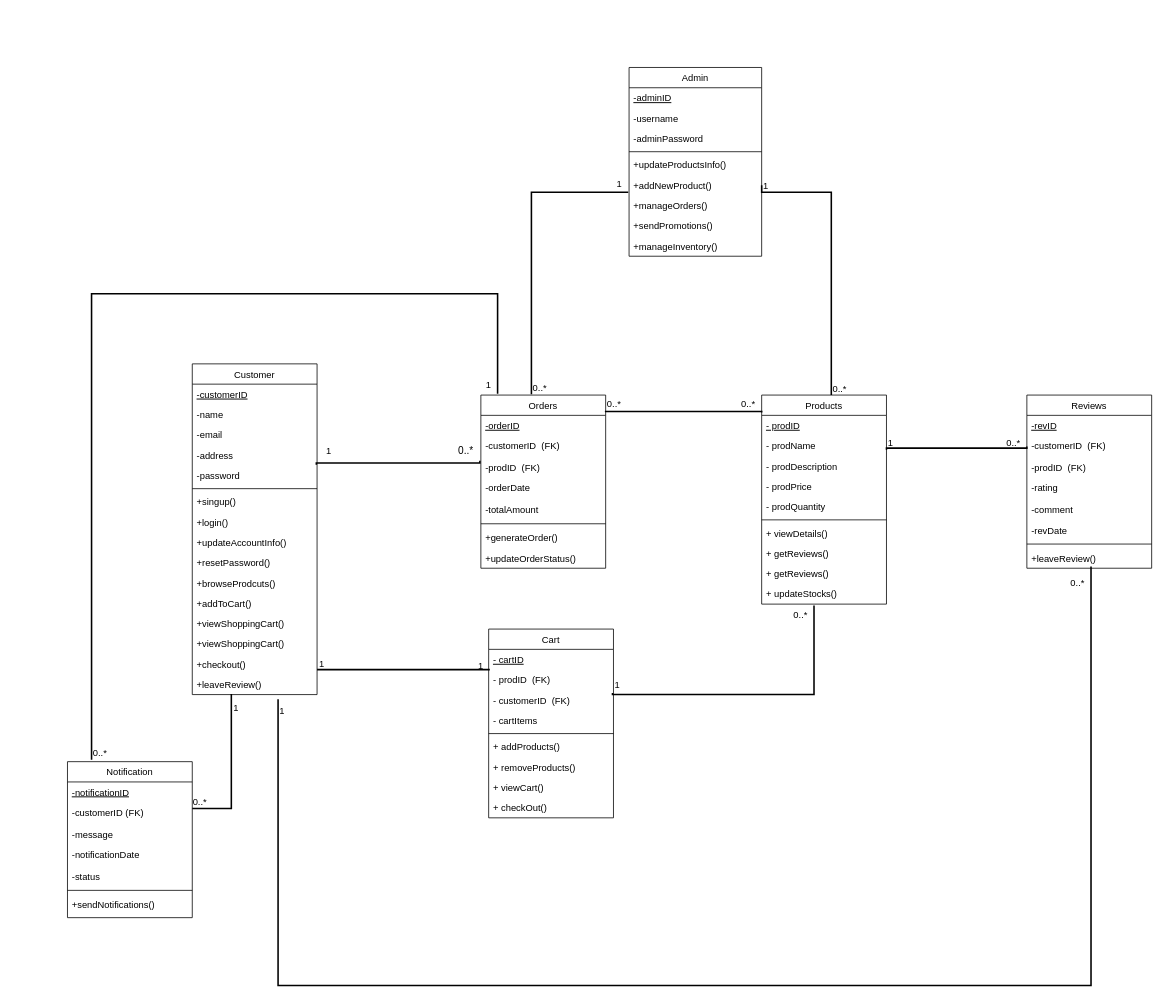
Before: assets/diagrams/Class Diagram.drawio in isira-adithya/PUSL2024, a draw.io diagram. Source tidied: cells renumbered, new cells numbered last; positions are measured from the earlier drawing's top-left corner, leaving out a move shared by most shapes. Both pictures are drawn from the tidied source at 78%, with x=0, y=0 at pixel (67, 67).
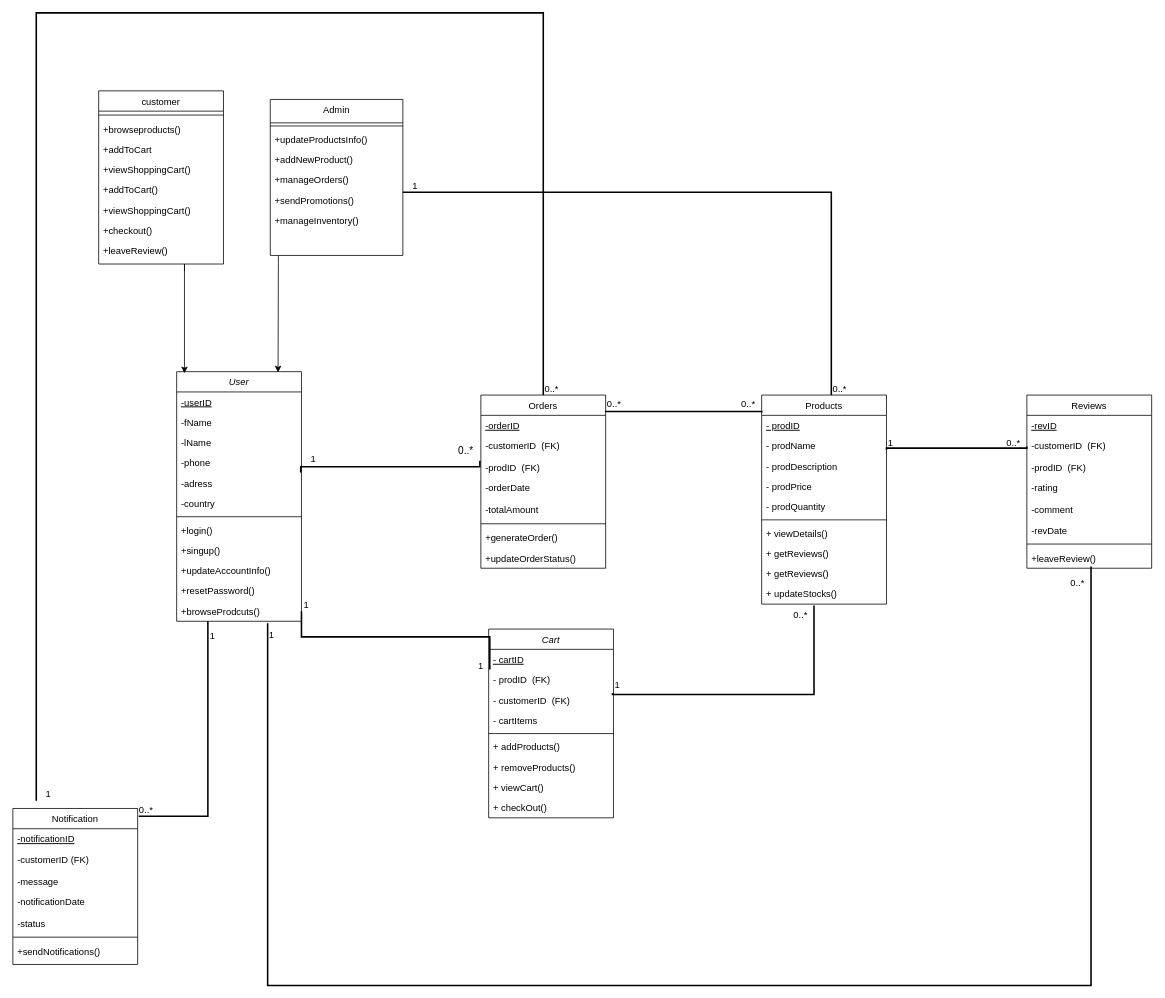
The same page after the edit.

Commit message (it also covers changes not shown here):
updated class diagram

The change refers to these unchanged cells:
```xml
<mxCell id="12" value="Products" style="swimlane;fontStyle=0;align=center;verticalAlign=top;horizontal=1;startSize=26;rounded=0;shadow=0;strokeWidth=1;" parent="1" vertex="1">
  <mxGeometry x="890" y="420" width="160" height="268" as="geometry" />
</mxCell>
<mxCell id="23" value="Orders" style="swimlane;fontStyle=0;align=center;verticalAlign=top;horizontal=1;startSize=26;rounded=0;shadow=0;strokeWidth=1;" parent="1" vertex="1">
  <mxGeometry x="530" y="420" width="160" height="222" as="geometry" />
</mxCell>
<mxCell id="51" value="- prodID  (FK)" style="text;align=left;verticalAlign=top;spacingLeft=4;spacingRight=4;overflow=hidden;points=[[0,0.5],[1,0.5]];portConstraint=eastwest;rounded=0;shadow=0;html=0;" parent="49" vertex="1">
  <mxGeometry y="52" width="160" height="26" as="geometry" />
</mxCell>
<mxCell id="67" value="+leaveReview()" style="text;align=left;verticalAlign=top;spacingLeft=4;spacingRight=4;overflow=hidden;points=[[0,0.5],[1,0.5]];portConstraint=eastwest;" parent="59" vertex="1">
  <mxGeometry y="196" width="160" height="26" as="geometry" />
</mxCell>
```

What changed in the source:
```diff
@@
-    <mxCell id="2" value="Admin" style="swimlane;fontStyle=0;align=center;verticalAlign=top;horizontal=1;startSize=26;rounded=0;shadow=0;strokeWidth=1;" parent="1" vertex="1">
-      <mxGeometry x="720" width="170" height="242" as="geometry" />
+    <mxCell id="2" value="Admin" style="swimlane;fontStyle=0;align=center;verticalAlign=top;horizontal=1;startSize=30;rounded=0;shadow=0;strokeWidth=1;" parent="1" vertex="1">
+      <mxGeometry x="260" y="41" width="170" height="200" as="geometry" />
     </mxCell>
-    <mxCell id="3" value="-adminID" style="text;align=left;verticalAlign=top;spacingLeft=4;spacingRight=4;overflow=hidden;fontStyle=4;" parent="2" vertex="1">
-      <mxGeometry y="26" width="170" height="26" as="geometry" />
-    </mxCell>
-    <mxCell id="4" value="-username" style="text;align=left;verticalAlign=top;spacingLeft=4;spacingRight=4;overflow=hidden;" parent="2" vertex="1">
-      <mxGeometry y="52" width="170" height="26" as="geometry" />
-    </mxCell>
-    <mxCell id="5" value="-adminPassword" style="text;align=left;verticalAlign=top;spacingLeft=4;spacingRight=4;overflow=hidden;" parent="2" vertex="1">
-      <mxGeometry y="78" width="170" height="26" as="geometry" />
-    </mxCell>
-    <mxCell id="6" style="line;html=1;strokeWidth=1;align=left;verticalAlign=middle;spacingTop=-1;spacingLeft=3;spacingRight=3;labelPosition=right;" parent="2" vertex="1">
-      <mxGeometry y="104" width="170" height="8" as="geometry" />
-    </mxCell>
+    <mxCell id="106" style="line;html=1;strokeWidth=1;align=left;verticalAlign=middle;spacingTop=-1;spacingLeft=3;spacingRight=3;labelPosition=right;" parent="2" vertex="1">
+      <mxGeometry y="30" width="170" height="8" as="geometry" />
+    </mxCell>
     <mxCell id="7" value="+updateProductsInfo()" style="text;align=left;verticalAlign=top;spacingLeft=4;spacingRight=4;overflow=hidden;" parent="2" vertex="1">
-      <mxGeometry y="112" width="170" height="26" as="geometry" />
+      <mxGeometry y="38" width="170" height="26" as="geometry" />
     </mxCell>
     <mxCell id="8" value="+addNewProduct()" style="text;align=left;verticalAlign=top;spacingLeft=4;spacingRight=4;overflow=hidden;points=[[0,0.5],[1,0.5]];portConstraint=eastwest;" parent="2" vertex="1">
-      <mxGeometry y="138" width="170" height="26" as="geometry" />
+      <mxGeometry y="64" width="170" height="26" as="geometry" />
     </mxCell>
     <mxCell id="9" value="+manageOrders()" style="text;align=left;verticalAlign=top;spacingLeft=4;spacingRight=4;overflow=hidden;" parent="2" vertex="1">
-      <mxGeometry y="164" width="170" height="26" as="geometry" />
+      <mxGeometry y="90" width="170" height="26" as="geometry" />
     </mxCell>
     <mxCell id="10" value="+sendPromotions()" style="text;align=left;verticalAlign=top;spacingLeft=4;spacingRight=4;overflow=hidden;" parent="2" vertex="1">
-      <mxGeometry y="190" width="170" height="26" as="geometry" />
+      <mxGeometry y="116" width="170" height="26" as="geometry" />
     </mxCell>
     <mxCell id="11" value="+manageInventory()" style="text;align=left;verticalAlign=top;spacingLeft=4;spacingRight=4;overflow=hidden;" parent="2" vertex="1">
-      <mxGeometry y="216" width="170" height="26" as="geometry" />
+      <mxGeometry y="142" width="170" height="26" as="geometry" />
     </mxCell>
@@
-    <mxCell id="32" value="Customer" style="swimlane;fontStyle=0;align=center;verticalAlign=top;horizontal=1;startSize=26;rounded=0;shadow=0;strokeWidth=1;" parent="1" vertex="1">
-      <mxGeometry x="160" y="380" width="160" height="424" as="geometry" />
+    <mxCell id="32" value="User" style="swimlane;fontStyle=2;align=center;verticalAlign=top;horizontal=1;startSize=26;rounded=0;shadow=0;strokeWidth=1;" parent="1" vertex="1">
+      <mxGeometry x="140" y="390" width="160" height="320" as="geometry" />
     </mxCell>
-    <mxCell id="33" value="-customerID" style="text;align=left;verticalAlign=top;spacingLeft=4;spacingRight=4;overflow=hidden;rounded=0;shadow=0;html=0;fontStyle=4;" parent="32" vertex="1">
+    <mxCell id="33" value="-userID" style="text;align=left;verticalAlign=top;spacingLeft=4;spacingRight=4;overflow=hidden;rounded=0;shadow=0;html=0;fontStyle=4;" parent="32" vertex="1">
       <mxGeometry y="26" width="160" height="26" as="geometry" />
     </mxCell>
-    <mxCell id="34" value="-name" style="text;align=left;verticalAlign=top;spacingLeft=4;spacingRight=4;overflow=hidden;" parent="32" vertex="1">
+    <mxCell id="34" value="-fName" style="text;align=left;verticalAlign=top;spacingLeft=4;spacingRight=4;overflow=hidden;" parent="32" vertex="1">
       <mxGeometry y="52" width="160" height="26" as="geometry" />
     </mxCell>
-    <mxCell id="35" value="-email " style="text;align=left;verticalAlign=top;spacingLeft=4;spacingRight=4;overflow=hidden;rounded=0;shadow=0;html=0;" parent="32" vertex="1">
+    <mxCell id="35" value="-lName" style="text;align=left;verticalAlign=top;spacingLeft=4;spacingRight=4;overflow=hidden;rounded=0;shadow=0;html=0;" parent="32" vertex="1">
       <mxGeometry y="78" width="160" height="26" as="geometry" />
     </mxCell>
-    <mxCell id="36" value="-address" style="text;align=left;verticalAlign=top;spacingLeft=4;spacingRight=4;overflow=hidden;rounded=0;shadow=0;html=0;" parent="32" vertex="1">
+    <mxCell id="36" value="-phone" style="text;align=left;verticalAlign=top;spacingLeft=4;spacingRight=4;overflow=hidden;rounded=0;shadow=0;html=0;" parent="32" vertex="1">
       <mxGeometry y="104" width="160" height="26" as="geometry" />
     </mxCell>
-    <mxCell id="37" value="-password" style="text;align=left;verticalAlign=top;spacingLeft=4;spacingRight=4;overflow=hidden;points=[[0,0.5],[1,0.5]];portConstraint=eastwest;rounded=0;shadow=0;html=0;" parent="32" vertex="1">
+    <mxCell id="37" value="-adress" style="text;align=left;verticalAlign=top;spacingLeft=4;spacingRight=4;overflow=hidden;points=[[0,0.5],[1,0.5]];portConstraint=eastwest;rounded=0;shadow=0;html=0;" parent="32" vertex="1">
       <mxGeometry y="130" width="160" height="26" as="geometry" />
     </mxCell>
+    <mxCell id="107" value="-country" style="text;align=left;verticalAlign=top;spacingLeft=4;spacingRight=4;overflow=hidden;rounded=0;shadow=0;html=0;" parent="32" vertex="1">
+      <mxGeometry y="156" width="160" height="26" as="geometry" />
+    </mxCell>
     <mxCell id="38" style="line;html=1;strokeWidth=1;align=left;verticalAlign=middle;spacingTop=-1;spacingLeft=3;spacingRight=3;labelPosition=right;" parent="32" vertex="1">
-      <mxGeometry y="156" width="160" height="8" as="geometry" />
+      <mxGeometry y="182" width="160" height="8" as="geometry" />
     </mxCell>
+    <mxCell id="40" value="+login()" style="text;align=left;verticalAlign=top;spacingLeft=4;spacingRight=4;overflow=hidden;rounded=0;shadow=0;html=0;" parent="32" vertex="1">
+      <mxGeometry y="190" width="160" height="26" as="geometry" />
+    </mxCell>
     <mxCell id="39" value="+singup()" style="text;align=left;verticalAlign=top;spacingLeft=4;spacingRight=4;overflow=hidden;rounded=0;shadow=0;html=0;" parent="32" vertex="1">
-      <mxGeometry y="164" width="160" height="26" as="geometry" />
+      <mxGeometry y="216" width="160" height="26" as="geometry" />
     </mxCell>
-    <mxCell id="40" value="+login()" style="text;align=left;verticalAlign=top;spacingLeft=4;spacingRight=4;overflow=hidden;rounded=0;shadow=0;html=0;" parent="32" vertex="1">
-      <mxGeometry y="190" width="160" height="26" as="geometry" />
-    </mxCell>
     <mxCell id="41" value="+updateAccountInfo()" style="text;align=left;verticalAlign=top;spacingLeft=4;spacingRight=4;overflow=hidden;rounded=0;shadow=0;html=0;" parent="32" vertex="1">
-      <mxGeometry y="216" width="160" height="26" as="geometry" />
+      <mxGeometry y="242" width="160" height="26" as="geometry" />
     </mxCell>
     <mxCell id="42" value="+resetPassword()" style="text;align=left;verticalAlign=top;spacingLeft=4;spacingRight=4;overflow=hidden;rounded=0;shadow=0;html=0;" parent="32" vertex="1">
-      <mxGeometry y="242" width="160" height="26" as="geometry" />
+      <mxGeometry y="268" width="160" height="26" as="geometry" />
     </mxCell>
     <mxCell id="43" value="+browseProdcuts()" style="text;align=left;verticalAlign=top;spacingLeft=4;spacingRight=4;overflow=hidden;points=[[0,0.5],[1,0.5]];portConstraint=eastwest;rounded=0;shadow=0;html=0;" parent="32" vertex="1">
-      <mxGeometry y="268" width="160" height="26" as="geometry" />
+      <mxGeometry y="294" width="160" height="26" as="geometry" />
     </mxCell>
-    <mxCell id="44" value="+addToCart()" style="text;align=left;verticalAlign=top;spacingLeft=4;spacingRight=4;overflow=hidden;rounded=0;shadow=0;html=0;" parent="32" vertex="1">
-      <mxGeometry y="294" width="160" height="26" as="geometry" />
-    </mxCell>
-    <mxCell id="45" value="+viewShoppingCart()" style="text;align=left;verticalAlign=top;spacingLeft=4;spacingRight=4;overflow=hidden;rounded=0;shadow=0;html=0;" parent="32" vertex="1">
-      <mxGeometry y="320" width="160" height="26" as="geometry" />
-    </mxCell>
-    <mxCell id="46" value="+viewShoppingCart()" style="text;align=left;verticalAlign=top;spacingLeft=4;spacingRight=4;overflow=hidden;rounded=0;shadow=0;html=0;" parent="32" vertex="1">
-      <mxGeometry y="346" width="160" height="26" as="geometry" />
-    </mxCell>
-    <mxCell id="47" value="+checkout()" style="text;align=left;verticalAlign=top;spacingLeft=4;spacingRight=4;overflow=hidden;points=[[0,0.5],[1,0.5]];portConstraint=eastwest;rounded=0;shadow=0;html=0;" parent="32" vertex="1">
-      <mxGeometry y="372" width="160" height="26" as="geometry" />
-    </mxCell>
-    <mxCell id="48" value="+leaveReview()" style="text;align=left;verticalAlign=top;spacingLeft=4;spacingRight=4;overflow=hidden;points=[[0,0.5],[1,0.5]];portConstraint=eastwest;rounded=0;shadow=0;html=0;" parent="32" vertex="1">
-      <mxGeometry y="398" width="160" height="26" as="geometry" />
-    </mxCell>
-    <mxCell id="49" value="Cart" style="swimlane;fontStyle=0;align=center;verticalAlign=top;horizontal=1;startSize=26;rounded=0;shadow=0;strokeWidth=1;" parent="1" vertex="1">
+    <mxCell id="49" value="Cart" style="swimlane;fontStyle=2;align=center;verticalAlign=top;horizontal=1;startSize=26;rounded=0;shadow=0;strokeWidth=1;" parent="1" vertex="1">
       <mxGeometry x="540" y="720" width="160" height="242" as="geometry" />
     </mxCell>
@@
     <mxCell id="68" value="Notification" style="swimlane;fontStyle=0;align=center;verticalAlign=top;horizontal=1;startSize=26;rounded=0;shadow=0;strokeWidth=1;" parent="1" vertex="1">
-      <mxGeometry y="890" width="160" height="200" as="geometry" />
+      <mxGeometry x="-70" y="950" width="160" height="200" as="geometry" />
     </mxCell>
@@
-    <mxCell id="79" style="endArrow=none;shadow=0;strokeWidth=2;rounded=0;endFill=0;edgeStyle=elbowEdgeStyle;elbow=vertical;exitX=0.313;exitY=0.965;exitDx=0;exitDy=0;exitPerimeter=0;" parent="1" edge="1" source="48">
+    <mxCell id="79" style="endArrow=none;shadow=0;strokeWidth=2;rounded=0;endFill=0;edgeStyle=elbowEdgeStyle;elbow=vertical;exitX=0.25;exitY=1;exitDx=0;exitDy=0;entryX=1.008;entryY=0.05;entryDx=0;entryDy=0;entryPerimeter=0;" parent="1" edge="1" source="32" target="68">
       <mxGeometry x="0.5" y="41" relative="1" as="geometry">
-        <mxPoint x="160" y="950" as="targetPoint" />
         <Array as="points">
-          <mxPoint x="220" y="950" />
+          <mxPoint x="190" y="960" />
         </Array>
         <mxPoint x="-40" y="32" as="offset" />
       </mxGeometry>
     </mxCell>
@@
-    <mxCell id="88" style="endArrow=none;shadow=0;strokeWidth=2;rounded=0;endFill=0;edgeStyle=elbowEdgeStyle;elbow=vertical;entryX=0.009;entryY=-0.012;entryDx=0;entryDy=0;entryPerimeter=0;" parent="1" edge="1" source="47" target="51">
+    <mxCell id="88" style="endArrow=none;shadow=0;strokeWidth=2;rounded=0;endFill=0;edgeStyle=elbowEdgeStyle;elbow=vertical;entryX=0.009;entryY=-0.012;entryDx=0;entryDy=0;entryPerimeter=0;exitX=1;exitY=0.5;exitDx=0;exitDy=0;" parent="1" edge="1" source="43" target="51">
       <mxGeometry x="0.5" y="41" relative="1" as="geometry">
+        <Array as="points">
+          <mxPoint x="420" y="730" />
+        </Array>
         <mxPoint x="-40" y="32" as="offset" />
       </mxGeometry>
     </mxCell>
@@
-    <mxCell id="91" style="endArrow=none;shadow=0;strokeWidth=2;rounded=0;endFill=0;edgeStyle=elbowEdgeStyle;elbow=vertical;entryX=-0.006;entryY=0.835;entryDx=0;entryDy=0;entryPerimeter=0;exitX=0.405;exitY=-0.005;exitDx=0;exitDy=0;exitPerimeter=0;" parent="1" edge="1" source="23" target="8">
-      <mxGeometry x="0.5" y="41" relative="1" as="geometry">
-        <Array as="points">
-          <mxPoint x="560" y="160" />
-        </Array>
-        <mxPoint x="-40" y="32" as="offset" />
-      </mxGeometry>
-    </mxCell>
-    <mxCell id="92" value="0..*" style="align=left;verticalAlign=bottom;labelBackgroundColor=none;fontSize=12;" parent="91" vertex="1">
-      <mxGeometry x="-1" relative="1" as="geometry" />
-    </mxCell>
-    <mxCell id="93" value="1" style="align=right;verticalAlign=bottom;labelBackgroundColor=none;fontSize=12;" parent="91" vertex="1">
-      <mxGeometry x="1" relative="1" as="geometry">
-        <mxPoint x="-7" y="-2" as="offset" />
-      </mxGeometry>
-    </mxCell>
-    <mxCell id="94" style="endArrow=none;shadow=0;strokeWidth=2;rounded=0;endFill=0;edgeStyle=elbowEdgeStyle;elbow=vertical;entryX=1;entryY=0.5;entryDx=0;entryDy=0;exitX=0.558;exitY=0;exitDx=0;exitDy=0;exitPerimeter=0;" parent="1" edge="1" source="12" target="8">
+    <mxCell id="94" style="endArrow=none;shadow=0;strokeWidth=2;rounded=0;endFill=0;edgeStyle=elbowEdgeStyle;elbow=vertical;exitX=0.558;exitY=0;exitDx=0;exitDy=0;exitPerimeter=0;" parent="1" edge="1" source="12">
       <mxGeometry x="0.5" y="41" relative="1" as="geometry">
+        <mxPoint x="430" y="160" as="targetPoint" />
         <Array as="points">
           <mxPoint x="930" y="160" />
         </Array>
         <mxPoint x="-40" y="32" as="offset" />
       </mxGeometry>
     </mxCell>
@@
     <mxCell id="96" value="1" style="align=right;verticalAlign=bottom;labelBackgroundColor=none;fontSize=12;" parent="94" vertex="1">
       <mxGeometry x="1" relative="1" as="geometry">
-        <mxPoint x="10" y="9" as="offset" />
+        <mxPoint x="20" as="offset" />
       </mxGeometry>
     </mxCell>
@@
-    <mxCell id="100" style="endArrow=none;shadow=0;strokeWidth=2;rounded=0;endFill=0;edgeStyle=elbowEdgeStyle;elbow=vertical;entryX=0.514;entryY=0.915;entryDx=0;entryDy=0;entryPerimeter=0;exitX=0.679;exitY=0.975;exitDx=0;exitDy=0;exitPerimeter=0;" parent="1" edge="1" target="67">
+    <mxCell id="100" style="endArrow=none;shadow=0;strokeWidth=2;rounded=0;endFill=0;edgeStyle=elbowEdgeStyle;elbow=vertical;entryX=0.514;entryY=0.915;entryDx=0;entryDy=0;entryPerimeter=0;exitX=0.729;exitY=1.099;exitDx=0;exitDy=0;exitPerimeter=0;" parent="1" edge="1" source="43" target="67">
       <mxGeometry x="0.5" y="41" relative="1" as="geometry">
-        <mxPoint x="270" y="810" as="sourcePoint" />
         <Array as="points">
           <mxPoint x="900" y="1177" />
         </Array>
         <mxPoint x="-40" y="32" as="offset" />
       </mxGeometry>
     </mxCell>
@@
-    <mxCell id="103" style="endArrow=none;shadow=0;strokeWidth=2;rounded=0;endFill=0;edgeStyle=elbowEdgeStyle;elbow=vertical;entryX=0.134;entryY=-0.008;entryDx=0;entryDy=0;entryPerimeter=0;exitX=0.193;exitY=-0.012;exitDx=0;exitDy=0;exitPerimeter=0;" parent="1" edge="1" source="68" target="23">
-      <mxGeometry x="0.5" y="41" relative="1" as="geometry">
-        <Array as="points">
-          <mxPoint x="290" y="290" />
-        </Array>
-        <mxPoint x="-40" y="32" as="offset" />
-      </mxGeometry>
-    </mxCell>
-    <mxCell id="104" value="0..*" style="align=left;verticalAlign=bottom;labelBackgroundColor=none;fontSize=12;" parent="103" vertex="1">
-      <mxGeometry x="-1" relative="1" as="geometry" />
-    </mxCell>
-    <mxCell id="105" value="1" style="align=right;verticalAlign=bottom;labelBackgroundColor=none;fontSize=12;" parent="103" vertex="1">
-      <mxGeometry x="1" relative="1" as="geometry">
-        <mxPoint x="-7" y="-2" as="offset" />
-      </mxGeometry>
-    </mxCell>
+    <mxCell id="108" value="customer" style="swimlane;fontStyle=0;align=center;verticalAlign=top;horizontal=1;startSize=26;rounded=0;shadow=0;strokeWidth=1;" parent="1" vertex="1">
+      <mxGeometry x="40" y="30" width="160" height="222" as="geometry" />
+    </mxCell>
+    <mxCell id="109" style="line;html=1;strokeWidth=1;align=left;verticalAlign=middle;spacingTop=-1;spacingLeft=3;spacingRight=3;labelPosition=right;" parent="108" vertex="1">
+      <mxGeometry y="26" width="160" height="10" as="geometry" />
+    </mxCell>
+    <mxCell id="110" value="+browseproducts()" style="text;align=left;verticalAlign=top;spacingLeft=4;spacingRight=4;overflow=hidden;" parent="108" vertex="1">
+      <mxGeometry y="36" width="160" height="26" as="geometry" />
+    </mxCell>
+    <mxCell id="111" value="+addToCart" style="text;align=left;verticalAlign=top;spacingLeft=4;spacingRight=4;overflow=hidden;" parent="108" vertex="1">
+      <mxGeometry y="62" width="160" height="26" as="geometry" />
+    </mxCell>
+    <mxCell id="45" value="+viewShoppingCart()" style="text;align=left;verticalAlign=top;spacingLeft=4;spacingRight=4;overflow=hidden;rounded=0;shadow=0;html=0;" parent="108" vertex="1">
+      <mxGeometry y="88" width="160" height="26" as="geometry" />
+    </mxCell>
+    <mxCell id="44" value="+addToCart()" style="text;align=left;verticalAlign=top;spacingLeft=4;spacingRight=4;overflow=hidden;rounded=0;shadow=0;html=0;" parent="108" vertex="1">
+      <mxGeometry y="114" width="160" height="26" as="geometry" />
+    </mxCell>
+    <mxCell id="46" value="+viewShoppingCart()" style="text;align=left;verticalAlign=top;spacingLeft=4;spacingRight=4;overflow=hidden;rounded=0;shadow=0;html=0;" parent="108" vertex="1">
+      <mxGeometry y="140" width="160" height="26" as="geometry" />
+    </mxCell>
+    <mxCell id="47" value="+checkout()" style="text;align=left;verticalAlign=top;spacingLeft=4;spacingRight=4;overflow=hidden;points=[[0,0.5],[1,0.5]];portConstraint=eastwest;rounded=0;shadow=0;html=0;" parent="108" vertex="1">
+      <mxGeometry y="166" width="160" height="26" as="geometry" />
+    </mxCell>
+    <mxCell id="48" value="+leaveReview()" style="text;align=left;verticalAlign=top;spacingLeft=4;spacingRight=4;overflow=hidden;points=[[0,0.5],[1,0.5]];portConstraint=eastwest;rounded=0;shadow=0;html=0;" parent="108" vertex="1">
+      <mxGeometry y="192" width="160" height="30" as="geometry" />
+    </mxCell>
+    <mxCell id="112" style="endArrow=classic;html=1;rounded=0;edgeStyle=orthogonalEdgeStyle;entryX=0.5;entryY=0;entryDx=0;entryDy=0;" parent="1" edge="1">
+      <mxGeometry relative="1" as="geometry">
+        <mxPoint x="270.4" y="241" as="sourcePoint" />
+        <mxPoint x="270" y="391" as="targetPoint" />
+        <Array as="points">
+          <mxPoint x="270" y="251" />
+        </Array>
+      </mxGeometry>
+    </mxCell>
+    <mxCell id="113" style="endArrow=classic;html=1;rounded=0;edgeStyle=orthogonalEdgeStyle;entryX=0.5;entryY=0;entryDx=0;entryDy=0;" parent="1" edge="1">
+      <mxGeometry relative="1" as="geometry">
+        <mxPoint x="150" y="261" as="sourcePoint" />
+        <mxPoint x="150" y="392" as="targetPoint" />
+        <Array as="points">
+          <mxPoint x="150" y="252" />
+        </Array>
+      </mxGeometry>
+    </mxCell>
+    <mxCell id="114" style="endArrow=none;shadow=0;strokeWidth=2;rounded=0;endFill=0;edgeStyle=elbowEdgeStyle;elbow=vertical;" parent="1" edge="1" source="23">
+      <mxGeometry x="0.5" y="41" relative="1" as="geometry">
+        <mxPoint x="-40" y="940" as="targetPoint" />
+        <Array as="points">
+          <mxPoint x="510" y="-70" />
+        </Array>
+        <mxPoint x="-40" y="32" as="offset" />
+      </mxGeometry>
+    </mxCell>
+    <mxCell id="115" value="0..*" style="align=left;verticalAlign=bottom;labelBackgroundColor=none;fontSize=12;" parent="114" vertex="1">
+      <mxGeometry x="-1" relative="1" as="geometry" />
+    </mxCell>
+    <mxCell id="116" value="1" style="align=right;verticalAlign=bottom;labelBackgroundColor=none;fontSize=12;" parent="114" vertex="1">
+      <mxGeometry x="1" relative="1" as="geometry">
+        <mxPoint x="20" as="offset" />
+      </mxGeometry>
+    </mxCell>
```
